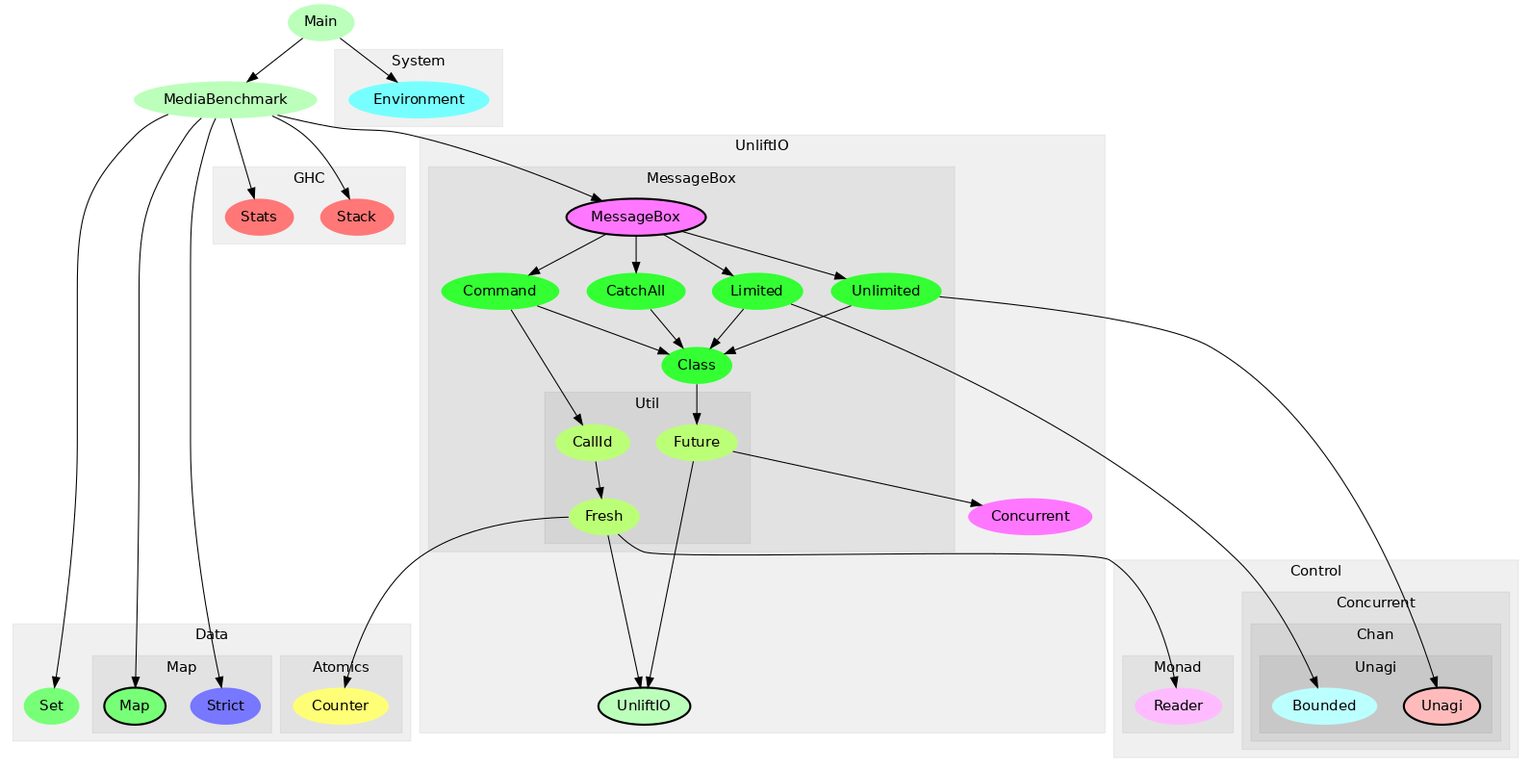
The Graphviz diagram generated-reports/module-graph/module-graph.png in sheyll/unliftio-messagebox, before a commit. Its source is kept beside it as generated-reports/module-graph/module-graph.dot.
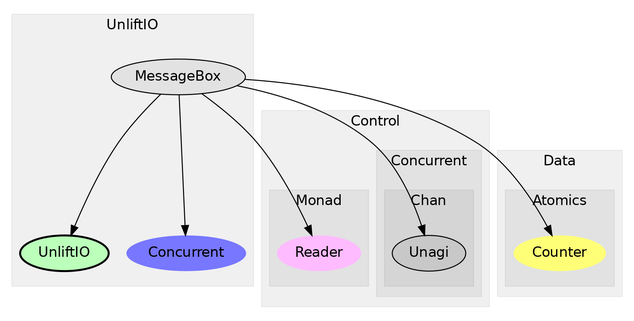
After the commit.

Commit message:
Simplify the module graph

Diff of the diagram source:
```diff
@@ -1,8 +1,6 @@
 digraph G {
 size="6,4";
 ratio="fill";
-u15[label="Main",style="filled",fillcolor="#bbffbb",penwidth="0"];
-u16[label="MediaBenchmark",style="filled",fillcolor="#bbffbb",penwidth="0"];
 subgraph cluster_0 {
 label="Control";
 color="#0000000F";
@@ -15,12 +13,11 @@
 label="Chan";
 color="#0000000F";
 style="filled";
+u14[label="Unagi",style="filled",fillcolor="#0000000F"];
 subgraph cluster_3 {
 label="Unagi";
 color="#0000000F";
 style="filled";
-u14[label="Unagi",style="filled,bold",fillcolor="#ffbbbb"];
-u12[label="Bounded",style="filled",fillcolor="#bbffff",penwidth="0"];
 
 }
 
@@ -40,7 +37,6 @@
 label="Data";
 color="#0000000F";
 style="filled";
-u19[label="Set",style="filled",fillcolor="#77ff77",penwidth="0"];
 subgraph cluster_6 {
 label="Atomics";
 color="#0000000F";
@@ -48,85 +44,33 @@
 u10[label="Counter",style="filled",fillcolor="#ffff77",penwidth="0"];
 
 }
-subgraph cluster_7 {
-label="Map";
-color="#0000000F";
-style="filled";
-u17[label="Map",style="filled,bold",fillcolor="#77ff77"];
-u18[label="Strict",style="filled",fillcolor="#7777ff",penwidth="0"];
 
 }
-
-}
-subgraph cluster_8 {
-label="GHC";
-color="#0000000F";
-style="filled";
-u20[label="Stack",style="filled",fillcolor="#ff7777",penwidth="0"];
-u21[label="Stats",style="filled",fillcolor="#ff7777",penwidth="0"];
-
-}
-subgraph cluster_9 {
-label="System";
-color="#0000000F";
-style="filled";
-u22[label="Environment",style="filled",fillcolor="#77ffff",penwidth="0"];
-
-}
-subgraph cluster_10 {
+subgraph cluster_7 {
 label="UnliftIO";
 color="#0000000F";
 style="filled";
 u3[label="UnliftIO",style="filled,bold",fillcolor="#bbffbb"];
-u4[label="Concurrent",style="filled",fillcolor="#ff77ff",penwidth="0"];
-subgraph cluster_11 {
+u4[label="Concurrent",style="filled",fillcolor="#7777ff",penwidth="0"];
+u0[label="MessageBox",style="filled",fillcolor="#0000000F"];
+subgraph cluster_8 {
 label="MessageBox";
 color="#0000000F";
 style="filled";
-u0[label="MessageBox",style="filled,bold",fillcolor="#ff77ff"];
-u1[label="CatchAll",style="filled",fillcolor="#33ff33",penwidth="0"];
-u5[label="Class",style="filled",fillcolor="#33ff33",penwidth="0"];
-u6[label="Command",style="filled",fillcolor="#33ff33",penwidth="0"];
-u11[label="Limited",style="filled",fillcolor="#33ff33",penwidth="0"];
-u13[label="Unlimited",style="filled",fillcolor="#33ff33",penwidth="0"];
-subgraph cluster_12 {
+subgraph cluster_9 {
 label="Util";
 color="#0000000F";
 style="filled";
-u2[label="Future",style="filled",fillcolor="#bbff77",penwidth="0"];
-u8[label="CallId",style="filled",fillcolor="#bbff77",penwidth="0"];
-u9[label="Fresh",style="filled",fillcolor="#bbff77",penwidth="0"];
 
 }
 
 }
 
 }
-u0 -> u1;
-u0 -> u6;
-u0 -> u11;
-u0 -> u13;
-u1 -> u5;
-u2 -> u3;
-u2 -> u4;
-u5 -> u2;
-u6 -> u5;
-u6 -> u8;
-u8 -> u9;
-u9 -> u3;
-u9 -> u7;
-u9 -> u10;
-u11 -> u5;
-u11 -> u12;
-u13 -> u5;
-u13 -> u14;
-u15 -> u16;
-u15 -> u22;
-u16 -> u0;
-u16 -> u17;
-u16 -> u18;
-u16 -> u19;
-u16 -> u20;
-u16 -> u21;
+u0 -> u3;
+u0 -> u4;
+u0 -> u7;
+u0 -> u10;
+u0 -> u14;
 
 }
```
